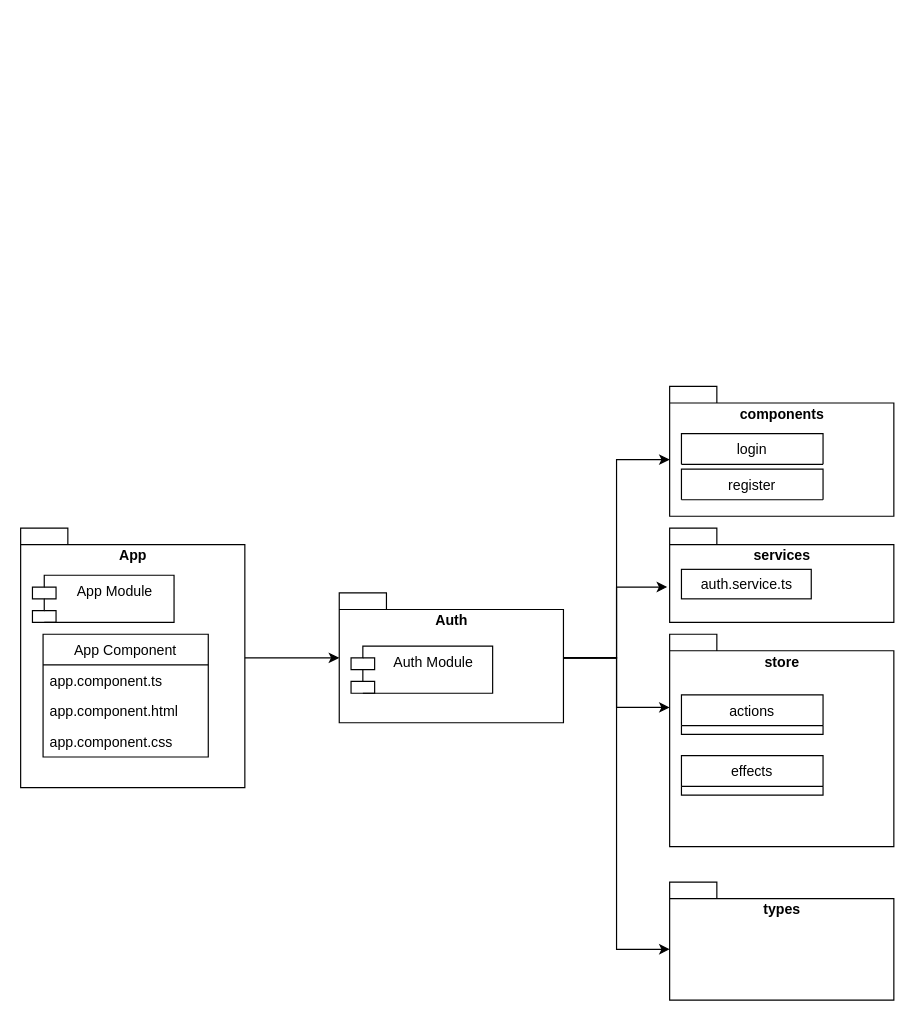
Above: NgRx Scalable Storage.drawio in dninov/ang-ngrx (draw.io), before the change. Source tidied: cells renumbered, new cells numbered last; positions are measured from the earlier drawing's top-left corner, leaving out a move shared by most shapes. Both pictures are drawn from the tidied source at 118%, with x=0, y=0 at pixel (20, 386).
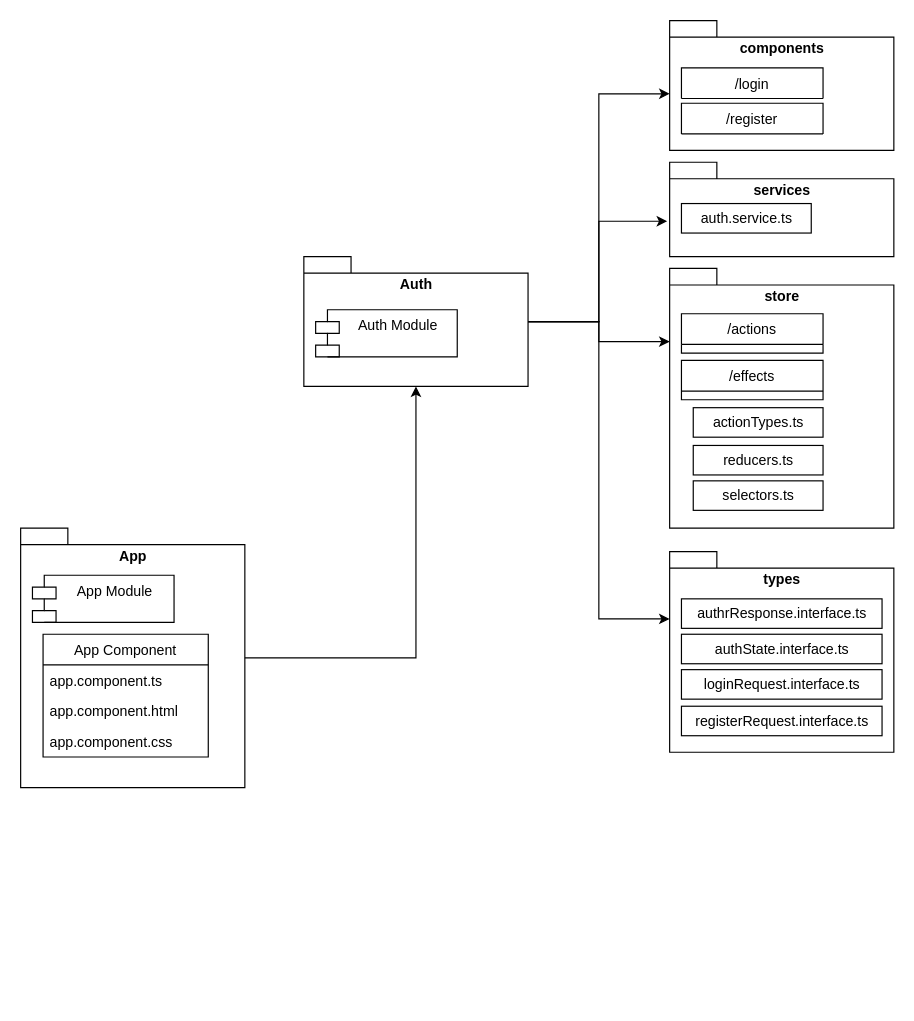
The same page after the edit.

What changed in the source:
```diff
@@
     <mxCell id="14" value="types" style="shape=folder;fontStyle=1;spacingTop=10;tabWidth=40;tabHeight=14;tabPosition=left;html=1;verticalAlign=top;" parent="1" vertex="1">
-      <mxGeometry x="550" y="420" width="190" height="100" as="geometry" />
+      <mxGeometry x="550" y="140" width="190" height="170" as="geometry" />
     </mxCell>
     <mxCell id="15" style="group;" parent="1" vertex="1">
-      <mxGeometry x="550" width="190" height="110" as="geometry" />
+      <mxGeometry x="550" y="-310" width="190" height="174" as="geometry" />
     </mxCell>
@@
-    <mxCell id="17" value="login" style="swimlane;fontStyle=0;horizontal=1;startSize=26;fillColor=none;" parent="15" vertex="1" collapsed="1">
-      <mxGeometry x="10" y="40" width="120" height="26" as="geometry" />
-    </mxCell>
-    <mxCell id="18" value="register" style="swimlane;fontStyle=0;horizontal=1;startSize=26;fillColor=none;" parent="15" vertex="1" collapsed="1">
-      <mxGeometry x="10" y="70" width="120" height="26" as="geometry" />
-    </mxCell>
     <mxCell id="19" style="group;" parent="1" vertex="1">
-      <mxGeometry x="550" y="120" width="190" height="80" as="geometry" />
+      <mxGeometry x="550" y="-190" width="190" height="80" as="geometry" />
     </mxCell>
@@
     <mxCell id="22" style="group;" parent="1" vertex="1">
-      <mxGeometry x="270" y="175" width="190" height="110" as="geometry" />
+      <mxGeometry x="240" y="-110" width="190" height="110" as="geometry" />
     </mxCell>
@@
     <mxCell id="25" style="group;" parent="1" vertex="1">
-      <mxGeometry x="550" y="210" width="190" height="180" as="geometry" />
+      <mxGeometry x="550" y="-100" width="190" height="220" as="geometry" />
     </mxCell>
     <mxCell id="26" value="store" style="shape=folder;fontStyle=1;spacingTop=10;tabWidth=40;tabHeight=14;tabPosition=left;html=1;verticalAlign=top;" parent="25" vertex="1">
-      <mxGeometry width="190" height="180" as="geometry" />
+      <mxGeometry width="190" height="220" as="geometry" />
     </mxCell>
-    <mxCell id="27" value="effects" style="swimlane;fontStyle=0;horizontal=1;startSize=26;labelBackgroundColor=none;" parent="25" vertex="1" collapsed="1">
-      <mxGeometry x="10" y="102.9" width="120" height="33.4" as="geometry" />
-    </mxCell>
-    <mxCell id="28" value="actions" style="swimlane;fontStyle=0;horizontal=1;startSize=26;labelBackgroundColor=none;" parent="25" vertex="1" collapsed="1">
-      <mxGeometry x="10" y="51.4" width="120" height="33.4" as="geometry" />
-    </mxCell>
+    <mxCell id="29" value="actionTypes.ts" style="html=1;" parent="25" vertex="1">
+      <mxGeometry x="20" y="118" width="110" height="25" as="geometry" />
+    </mxCell>
+    <mxCell id="30" value="reducers.ts" style="html=1;" parent="25" vertex="1">
+      <mxGeometry x="20" y="150" width="110" height="25" as="geometry" />
+    </mxCell>
+    <mxCell id="31" value="selectors.ts" style="html=1;" parent="25" vertex="1">
+      <mxGeometry x="20" y="180" width="110" height="25" as="geometry" />
+    </mxCell>
+    <mxCell id="32" value="authrResponse.interface.ts" style="html=1;" parent="1" vertex="1">
+      <mxGeometry x="560" y="180" width="170" height="25" as="geometry" />
+    </mxCell>
+    <mxCell id="33" value="authState.interface.ts" style="html=1;" parent="1" vertex="1">
+      <mxGeometry x="560" y="210" width="170" height="25" as="geometry" />
+    </mxCell>
+    <mxCell id="34" value="loginRequest.interface.ts" style="html=1;" parent="1" vertex="1">
+      <mxGeometry x="560" y="240" width="170" height="25" as="geometry" />
+    </mxCell>
+    <mxCell id="35" value="registerRequest.interface.ts" style="html=1;" parent="1" vertex="1">
+      <mxGeometry x="560" y="271" width="170" height="25" as="geometry" />
+    </mxCell>
+    <mxCell id="36" value="/register" style="swimlane;fontStyle=0;horizontal=1;startSize=26;fillColor=none;" parent="1" vertex="1" collapsed="1">
+      <mxGeometry x="560" y="-240" width="120" height="26" as="geometry" />
+    </mxCell>
+    <mxCell id="37" value="/login" style="swimlane;fontStyle=0;horizontal=1;startSize=26;fillColor=none;" parent="1" vertex="1" collapsed="1">
+      <mxGeometry x="560" y="-270" width="120" height="26" as="geometry" />
+    </mxCell>
+    <mxCell id="38" value="/effects" style="swimlane;fontStyle=0;horizontal=1;startSize=26;labelBackgroundColor=none;" parent="1" vertex="1" collapsed="1">
+      <mxGeometry x="560" y="-22.1" width="120" height="33.4" as="geometry" />
+    </mxCell>
+    <mxCell id="39" value="/actions" style="swimlane;fontStyle=0;horizontal=1;startSize=26;labelBackgroundColor=none;" parent="1" vertex="1" collapsed="1">
+      <mxGeometry x="560" y="-61.6" width="120" height="33.4" as="geometry" />
+    </mxCell>
```
